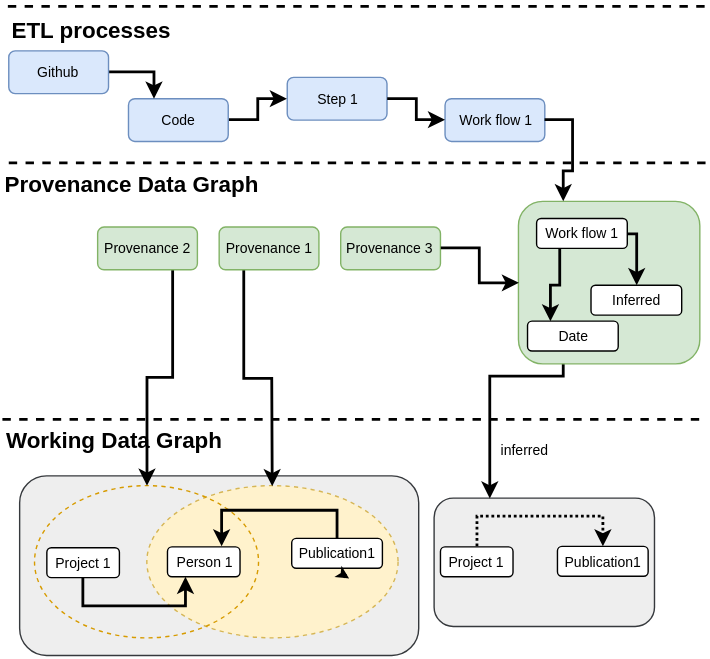
Before: images/ontology_usecase.svg, a diagram exported from draw.io (ATTX-project/ATTX-project.github.io). Source tidied: cells renumbered, new cells last; positions are measured from the earlier drawing's top-left corner, leaving out a move shared by most shapes.
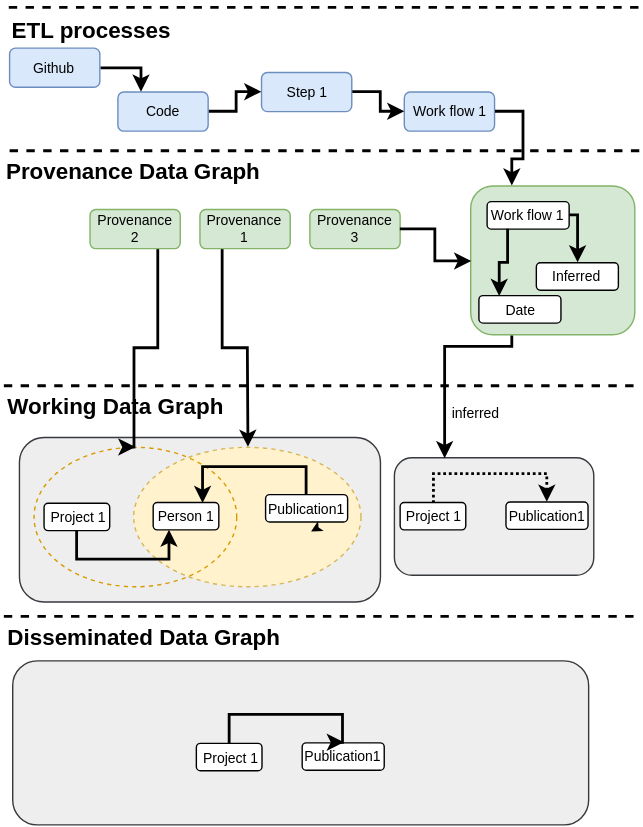
Later version of the same file.

Commit message:
new versions for etl data/components worflow and ontology use case diagrams

The edit, as a diff of the source:
```diff
@@ -2,23 +2,26 @@
   <root>
     <mxCell id="0" />
     <mxCell id="1" parent="0" />
+    <mxCell id="45" style="group;" parent="1" vertex="1">
+      <mxGeometry x="48" y="57" width="455" height="587" as="geometry" />
+    </mxCell>
-    <mxCell id="2" style="group;fontSize=12;" parent="1" vertex="1">
-      <mxGeometry width="503" height="467" as="geometry" />
+    <mxCell id="2" style="group;fontSize=12;" parent="45" vertex="1">
+      <mxGeometry width="455" height="427.7" as="geometry" />
     </mxCell>
     <mxCell id="3" style="whiteSpace=wrap;html=1;fontSize=16;fillColor=#eeeeee;strokeColor=#36393d;rounded=1;" parent="2" vertex="1">
-      <mxGeometry x="12.3" y="338.6" width="285.2" height="128.4" as="geometry" />
+      <mxGeometry x="11.1" y="310.1" width="258" height="117.6" as="geometry" />
     </mxCell>
     <mxCell id="4" style="ellipse;whiteSpace=wrap;html=1;fontSize=16;fillColor=#fff2cc;dashed=1;strokeColor=#d6b656;" parent="2" vertex="1">
-      <mxGeometry x="103.1" y="346" width="179.6" height="108.8" as="geometry" />
+      <mxGeometry x="93.2" y="316.8" width="162.4" height="99.6" as="geometry" />
     </mxCell>
     <mxCell id="5" style="ellipse;whiteSpace=wrap;html=1;fontSize=16;fillColor=none;dashed=1;strokeColor=#d79b00;" parent="2" vertex="1">
-      <mxGeometry x="23.3" y="346" width="160.1" height="108.8" as="geometry" />
+      <mxGeometry x="21.1" y="316.8" width="144.8" height="99.6" as="geometry" />
     </mxCell>
     <mxCell id="6" value="Project 1" style="rounded=1;whiteSpace=wrap;html=1;fontSize=10;" parent="2" vertex="1">
-      <mxGeometry x="31.8" y="390" width="51.9" height="21.4" as="geometry" />
+      <mxGeometry x="28.7" y="357.1" width="46.9" height="19.6" as="geometry" />
     </mxCell>
     <mxCell id="7" value="Person 1" style="rounded=1;whiteSpace=wrap;html=1;fontSize=10;" parent="2" vertex="1">
-      <mxGeometry x="118" y="389.4" width="51.9" height="21.4" as="geometry" />
+      <mxGeometry x="106.7" y="356.6" width="46.9" height="19.6" as="geometry" />
     </mxCell>
     <mxCell id="8" style="edgeStyle=orthogonalEdgeStyle;rounded=0;html=1;exitX=0.5;exitY=1;entryX=0.25;entryY=1;jettySize=auto;strokeWidth=2;fontSize=16;" parent="2" edge="1" source="6" target="7">
       <mxGeometry relative="1" as="geometry" />
@@ -27,13 +30,13 @@
       <mxGeometry relative="1" as="geometry" />
     </mxCell>
     <mxCell id="10" value="Publication1" style="rounded=1;whiteSpace=wrap;html=1;fontSize=10;" parent="2" vertex="1">
-      <mxGeometry x="206.8" y="383.3" width="64.8" height="21.4" as="geometry" />
+      <mxGeometry x="187" y="351" width="58.6" height="19.6" as="geometry" />
     </mxCell>
     <mxCell id="11" value="Step 1" style="rounded=1;whiteSpace=wrap;html=1;fillColor=#dae8fc;fontSize=10;strokeColor=#6c8ebf;" parent="2" vertex="1">
-      <mxGeometry x="203.6" y="53.8" width="71.3" height="30.6" as="geometry" />
+      <mxGeometry x="184.1" y="49.3" width="64.5" height="28" as="geometry" />
     </mxCell>
     <mxCell id="12" value="Work flow 1" style="rounded=1;whiteSpace=wrap;html=1;fillColor=#dae8fc;fontSize=10;strokeColor=#6c8ebf;" parent="2" vertex="1">
-      <mxGeometry x="316.4" y="69.1" width="71.3" height="30.6" as="geometry" />
+      <mxGeometry x="286.2" y="63.3" width="64.5" height="28" as="geometry" />
     </mxCell>
     <mxCell id="13" style="edgeStyle=orthogonalEdgeStyle;rounded=0;html=1;exitX=1;exitY=0.5;jettySize=auto;strokeWidth=2;fontSize=22;" parent="2" edge="1" source="11" target="12">
       <mxGeometry relative="1" as="geometry" />
@@ -41,43 +44,43 @@
     <mxCell id="14" style="edgeStyle=orthogonalEdgeStyle;rounded=0;html=1;exitX=0.75;exitY=1;entryX=0.5;entryY=0;jettySize=auto;strokeWidth=2;fontSize=22;" parent="2" edge="1" source="15" target="5">
       <mxGeometry relative="1" as="geometry">
         <Array as="points">
-          <mxPoint x="121.2" y="268.3" />
-          <mxPoint x="103.1" y="268.3" />
+          <mxPoint x="109.6" y="245.7" />
+          <mxPoint x="93.2" y="245.7" />
         </Array>
       </mxGeometry>
     </mxCell>
     <mxCell id="15" value="Provenance 2" style="rounded=1;whiteSpace=wrap;html=1;fillColor=#d5e8d4;fontSize=10;strokeColor=#82b366;" parent="2" vertex="1">
-      <mxGeometry x="68.1" y="160.8" width="71.3" height="30.6" as="geometry" />
+      <mxGeometry x="61.6" y="147.2" width="64.5" height="28" as="geometry" />
     </mxCell>
     <mxCell id="16" style="edgeStyle=orthogonalEdgeStyle;rounded=0;html=1;exitX=0.25;exitY=1;jettySize=auto;strokeWidth=2;fontSize=16;" parent="2" edge="1" source="17" target="4">
       <mxGeometry relative="1" as="geometry" />
     </mxCell>
     <mxCell id="17" value="Provenance 1" style="rounded=1;whiteSpace=wrap;html=1;fillColor=#d5e8d4;fontSize=10;strokeColor=#82b366;" parent="2" vertex="1">
-      <mxGeometry x="154.9" y="160.8" width="71.3" height="30.6" as="geometry" />
+      <mxGeometry x="140.1" y="147.2" width="64.5" height="28" as="geometry" />
     </mxCell>
     <mxCell id="18" style="whiteSpace=wrap;html=1;fontSize=16;fillColor=#eeeeee;strokeColor=#36393d;rounded=1;" parent="2" vertex="1">
-      <mxGeometry x="308.5" y="354.5" width="157.5" height="91.7" as="geometry" />
+      <mxGeometry x="279.1" y="324.7" width="142.5" height="84" as="geometry" />
     </mxCell>
     <mxCell id="19" value="Project 1" style="rounded=1;whiteSpace=wrap;html=1;fontSize=10;" parent="2" vertex="1">
-      <mxGeometry x="313.1" y="389.4" width="51.9" height="21.4" as="geometry" />
+      <mxGeometry x="283.2" y="356.6" width="46.9" height="19.6" as="geometry" />
     </mxCell>
     <mxCell id="20" style="edgeStyle=orthogonalEdgeStyle;rounded=0;html=1;exitX=0.5;exitY=1;entryX=0.5;entryY=1;jettySize=auto;orthogonalLoop=1;strokeWidth=3;fontSize=16;" parent="2" edge="1" source="10" target="10">
       <mxGeometry relative="1" as="geometry" />
     </mxCell>
     <mxCell id="21" style="edgeStyle=orthogonalEdgeStyle;rounded=0;html=1;exitX=0.5;exitY=1;entryX=0.5;entryY=1;jettySize=auto;orthogonalLoop=1;strokeWidth=3;fontSize=16;" parent="2" edge="1">
-      <mxGeometry x="245.6" y="410.5" as="geometry">
-        <mxPoint x="245.6" y="410.5" as="sourcePoint" />
-        <mxPoint x="245.6" y="410.5" as="targetPoint" />
+      <mxGeometry x="222.1" y="375.9" as="geometry">
+        <mxPoint x="222.1" y="375.9" as="sourcePoint" />
+        <mxPoint x="222.1" y="375.9" as="targetPoint" />
       </mxGeometry>
     </mxCell>
     <mxCell id="22" value="Publication1" style="rounded=1;whiteSpace=wrap;html=1;fontSize=10;" parent="2" vertex="1">
-      <mxGeometry x="396.7" y="389" width="64.8" height="21.4" as="geometry" />
+      <mxGeometry x="358.8" y="356.2" width="58.6" height="19.6" as="geometry" />
     </mxCell>
     <mxCell id="23" style="edgeStyle=orthogonalEdgeStyle;rounded=0;html=1;exitX=0.5;exitY=0;entryX=0.5;entryY=0;jettySize=auto;strokeWidth=2;fontSize=16;dashed=1;dashPattern=1 1;" parent="2" edge="1" source="19" target="22">
       <mxGeometry relative="1" as="geometry">
         <Array as="points">
-          <mxPoint x="339" y="367" />
-          <mxPoint x="429" y="367" />
+          <mxPoint x="306.7" y="336.1" />
+          <mxPoint x="388.1" y="336.1" />
         </Array>
       </mxGeometry>
     </mxCell>
@@ -85,69 +88,92 @@
       <mxGeometry relative="1" as="geometry" />
     </mxCell>
     <mxCell id="25" value="Code" style="rounded=1;whiteSpace=wrap;html=1;fillColor=#dae8fc;fontSize=10;strokeColor=#6c8ebf;" parent="2" vertex="1">
-      <mxGeometry x="90.1" y="69.1" width="71.3" height="30.6" as="geometry" />
+      <mxGeometry x="81.5" y="63.3" width="64.5" height="28" as="geometry" />
     </mxCell>
     <mxCell id="26" value="Provenance 3" style="rounded=1;whiteSpace=wrap;html=1;fillColor=#d5e8d4;fontSize=10;strokeColor=#82b366;" parent="2" vertex="1">
-      <mxGeometry x="241.8" y="160.8" width="71.3" height="30.6" as="geometry" />
+      <mxGeometry x="218.7" y="147.2" width="64.5" height="28" as="geometry" />
     </mxCell>
     <mxCell id="27" style="edgeStyle=orthogonalEdgeStyle;rounded=0;html=1;exitX=0.25;exitY=1;entryX=0.25;entryY=0;jettySize=auto;strokeWidth=2;fontSize=22;" parent="2" edge="1" source="28" target="18">
       <mxGeometry relative="1" as="geometry">
         <Array as="points">
-          <mxPoint x="401.2" y="267.1" />
-          <mxPoint x="348.1" y="267.1" />
+          <mxPoint x="362.9" y="244.6" />
+          <mxPoint x="314.9" y="244.6" />
         </Array>
       </mxGeometry>
     </mxCell>
     <mxCell id="28" style="whiteSpace=wrap;html=1;fillColor=#d5e8d4;fontSize=16;strokeColor=#82b366;rounded=1;" parent="2" vertex="1">
-      <mxGeometry x="368.8" y="142.4" width="129.6" height="116.1" as="geometry" />
+      <mxGeometry x="333.6" y="130.4" width="117.3" height="106.4" as="geometry" />
     </mxCell>
     <mxCell id="29" style="edgeStyle=orthogonalEdgeStyle;rounded=0;html=1;exitX=1;exitY=0.5;entryX=0.25;entryY=0;jettySize=auto;strokeWidth=2;fontSize=16;" parent="2" edge="1" source="12" target="28">
       <mxGeometry relative="1" as="geometry" />
     </mxCell>
     <mxCell id="30" value="Work flow 1" style="rounded=1;whiteSpace=wrap;html=1;fontSize=10;" parent="2" vertex="1">
-      <mxGeometry x="381.8" y="154.6" width="64.8" height="21.4" as="geometry" />
+      <mxGeometry x="345.4" y="141.6" width="58.6" height="19.6" as="geometry" />
     </mxCell>
     <mxCell id="31" style="edgeStyle=orthogonalEdgeStyle;rounded=0;html=1;exitX=1;exitY=0.5;entryX=0;entryY=0.5;jettySize=auto;strokeWidth=2;fontSize=22;" parent="2" edge="1" source="26" target="28">
       <mxGeometry relative="1" as="geometry" />
     </mxCell>
     <mxCell id="32" value="Date" style="rounded=1;whiteSpace=wrap;html=1;fontSize=10;" parent="2" vertex="1">
-      <mxGeometry x="375.3" y="228" width="64.8" height="21.4" as="geometry" />
+      <mxGeometry x="339.5" y="208.8" width="58.6" height="19.6" as="geometry" />
     </mxCell>
     <mxCell id="33" style="edgeStyle=orthogonalEdgeStyle;rounded=0;html=1;exitX=0.25;exitY=1;entryX=0.25;entryY=0;jettySize=auto;strokeWidth=2;fontSize=16;" parent="2" edge="1" source="30" target="32">
       <mxGeometry relative="1" as="geometry" />
     </mxCell>
     <mxCell id="34" value="Inferred" style="rounded=1;whiteSpace=wrap;html=1;fontSize=10;" parent="2" vertex="1">
-      <mxGeometry x="420.7" y="202.3" width="64.8" height="21.4" as="geometry" />
+      <mxGeometry x="380.5" y="185.3" width="58.6" height="19.6" as="geometry" />
     </mxCell>
     <mxCell id="35" style="line;strokeWidth=2;html=1;fillColor=none;fontSize=16;dashed=1;" parent="2" vertex="1">
-      <mxGeometry y="295.2" width="498.5" height="6.1" as="geometry" />
+      <mxGeometry y="270.4" width="450.9" height="5.6" as="geometry" />
     </mxCell>
     <mxCell id="36" style="line;strokeWidth=2;html=1;fillColor=none;fontSize=16;dashed=1;" parent="2" vertex="1">
-      <mxGeometry x="4.5" y="111.9" width="498.5" height="6.1" as="geometry" />
+      <mxGeometry x="4.1" y="102.4" width="450.9" height="5.6" as="geometry" />
     </mxCell>
     <mxCell id="37" value="Provenance Data Graph" style="text;html=1;align=left;verticalAlign=top;spacingTop=-4;fontSize=16;fontStyle=1;" parent="2" vertex="1">
-      <mxGeometry y="118" width="230" height="30" as="geometry" />
+      <mxGeometry y="108" width="230" height="30" as="geometry" />
     </mxCell>
     <mxCell id="38" value="ETL processes" style="text;html=1;align=left;verticalAlign=top;spacingTop=-4;fontSize=16;fontStyle=1;" parent="2" vertex="1">
-      <mxGeometry x="4.5" y="7.9" width="150" height="30" as="geometry" />
+      <mxGeometry x="4.1" y="7.3" width="150" height="30" as="geometry" />
     </mxCell>
     <mxCell id="39" style="line;strokeWidth=2;html=1;fillColor=none;fontSize=16;dashed=1;" parent="2" vertex="1">
-      <mxGeometry x="3.9" width="498.5" height="6.1" as="geometry" />
+      <mxGeometry x="3.5" width="450.9" height="5.6" as="geometry" />
     </mxCell>
     <mxCell id="40" value="Working Data Graph" style="text;html=1;align=left;verticalAlign=top;spacingTop=-4;fontSize=16;fontStyle=1;" parent="2" vertex="1">
-      <mxGeometry x="1.3" y="301.3" width="220" height="30" as="geometry" />
+      <mxGeometry x="1.2" y="276" width="220" height="30" as="geometry" />
     </mxCell>
     <mxCell id="41" value="inferred" style="text;html=1;strokeColor=none;fillColor=none;align=center;verticalAlign=middle;whiteSpace=wrap;dashed=1;fontSize=10;" parent="2" vertex="1">
-      <mxGeometry x="359.3" y="313.5" width="25.9" height="12.2" as="geometry" />
+      <mxGeometry x="325.1" y="287.1" width="23.5" height="11.2" as="geometry" />
     </mxCell>
     <mxCell id="42" style="edgeStyle=orthogonalEdgeStyle;rounded=0;html=1;exitX=1;exitY=0.5;entryX=0.25;entryY=0;jettySize=auto;strokeWidth=2;fontSize=21;" parent="2" edge="1" source="43" target="25">
       <mxGeometry relative="1" as="geometry" />
     </mxCell>
     <mxCell id="43" value="Github" style="rounded=1;whiteSpace=wrap;html=1;fillColor=#dae8fc;fontSize=10;strokeColor=#6c8ebf;" parent="2" vertex="1">
-      <mxGeometry x="4.5" y="34.8" width="71.3" height="30.6" as="geometry" />
+      <mxGeometry x="4.1" y="31.9" width="64.5" height="28" as="geometry" />
     </mxCell>
     <mxCell id="44" style="edgeStyle=orthogonalEdgeStyle;rounded=0;html=1;exitX=1;exitY=0.5;entryX=0.5;entryY=0;jettySize=auto;strokeWidth=2;fontSize=16;" parent="2" edge="1" source="30" target="34">
       <mxGeometry relative="1" as="geometry" />
     </mxCell>
+    <mxCell id="46" style="whiteSpace=wrap;html=1;fontSize=16;fillColor=#eeeeee;strokeColor=#36393d;rounded=1;" parent="45" vertex="1">
+      <mxGeometry x="6.3" y="469.8" width="411.6" height="117.2" as="geometry" />
+    </mxCell>
+    <mxCell id="47" style="line;strokeWidth=2;html=1;fillColor=none;fontSize=16;dashed=1;" parent="45" vertex="1">
+      <mxGeometry y="435.2" width="450.9" height="5.6" as="geometry" />
+    </mxCell>
+    <mxCell id="48" value="Disseminated Data Graph" style="text;html=1;align=left;verticalAlign=top;spacingTop=-4;fontSize=16;fontStyle=1;" parent="45" vertex="1">
+      <mxGeometry x="1.2" y="440.8" width="200" height="20" as="geometry" />
+    </mxCell>
+    <mxCell id="49" value="Project 1" style="rounded=1;whiteSpace=wrap;html=1;fontSize=10;" parent="45" vertex="1">
+      <mxGeometry x="137.6" y="528.7" width="46.9" height="19.6" as="geometry" />
+    </mxCell>
+    <mxCell id="50" value="Publication1" style="rounded=1;whiteSpace=wrap;html=1;fontSize=10;" parent="45" vertex="1">
+      <mxGeometry x="213.2" y="528.4" width="58.6" height="19.6" as="geometry" />
+    </mxCell>
+    <mxCell id="51" style="edgeStyle=orthogonalEdgeStyle;rounded=0;html=1;exitX=0.5;exitY=0;entryX=0.5;entryY=0;jettySize=auto;strokeWidth=2;fontSize=16;" parent="45" edge="1" source="49" target="50">
+      <mxGeometry x="161" y="508.2" as="geometry">
+        <Array as="points">
+          <mxPoint x="161" y="508.2" />
+          <mxPoint x="242.4" y="508.2" />
+        </Array>
+      </mxGeometry>
+    </mxCell>
   </root>
 </mxGraphModel>
```
